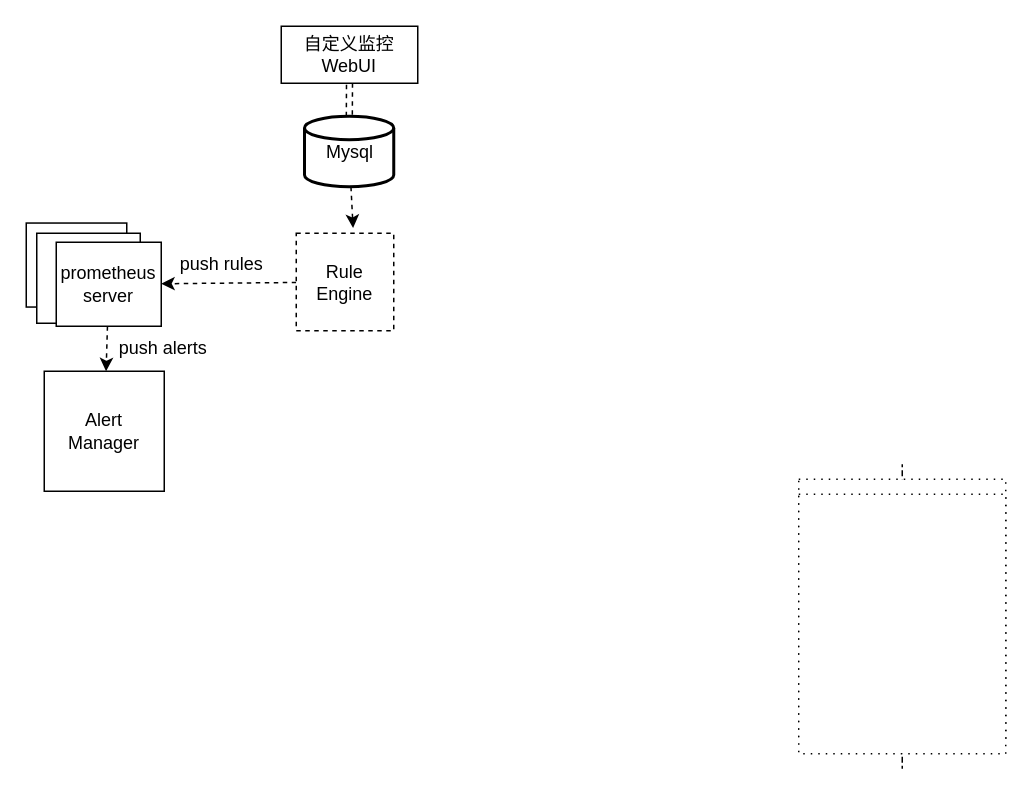
Above: page "第 2 页" (2 of 5) of 未命名绘图.drawio in Jeremy-boo/draw.io (draw.io), before the change. Source tidied: cells renumbered, new cells numbered last; positions are measured from the earlier drawing's top-left corner, leaving out a move shared by most shapes. Both pictures are drawn from the tidied source at 150%, with x=0, y=0 at pixel (26, 26).
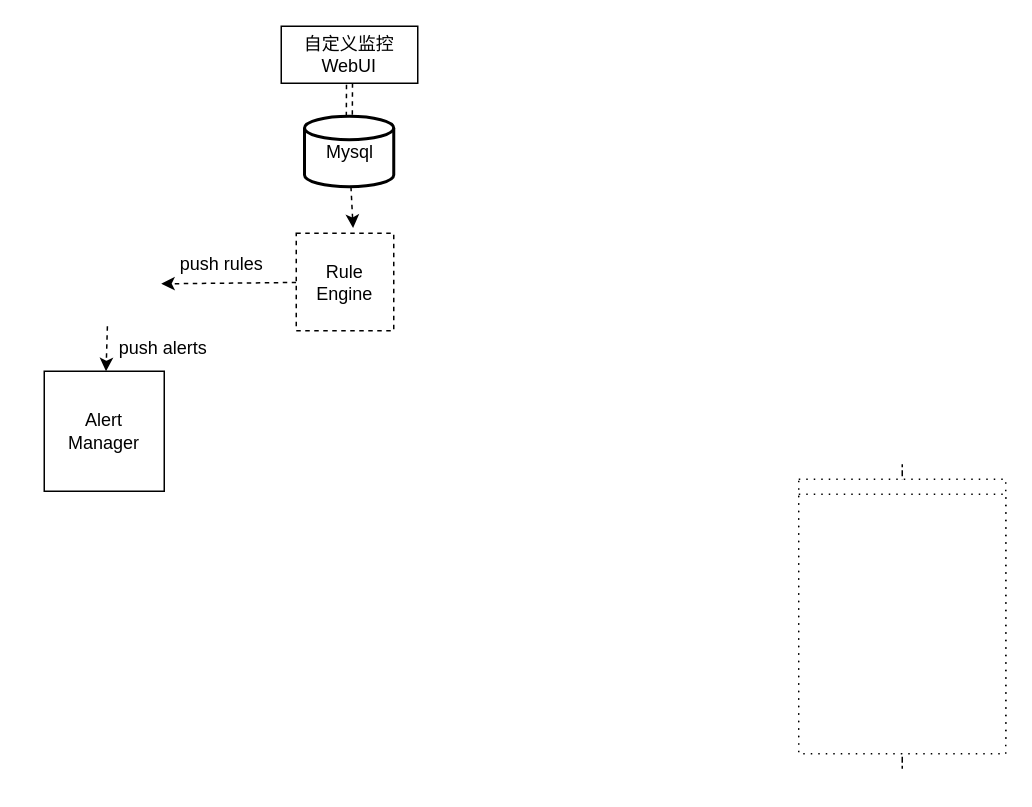
The same page after the edit.

The edit, as a diff of the source:
```diff
@@
 <mxGraphModel>
   <root>
     <mxCell id="0" />
     <mxCell id="1" parent="0" />
     <mxCell id="2" style="edgeStyle=orthogonalEdgeStyle;rounded=0;jettySize=auto;html=1;dashed=1;" parent="1" edge="1" source="3" target="4">
       <mxGeometry relative="1" as="geometry" />
     </mxCell>
     <mxCell id="3" style="shape=ext;rounded=0;html=1;whiteSpace=wrap;dashed=1;dashPattern=1 4;" parent="1" vertex="1">
       <mxGeometry x="515" y="302" width="138" height="173" as="geometry" />
     </mxCell>
     <mxCell id="4" style="shape=ext;rounded=0;html=1;whiteSpace=wrap;dashed=1;dashPattern=1 4;" parent="1" vertex="1">
       <mxGeometry x="515" y="312" width="138" height="173" as="geometry" />
     </mxCell>
-    <mxCell id="5" style="rounded=0;whiteSpace=wrap;html=1;" parent="1" vertex="1">
-      <mxGeometry y="131.2" width="67" height="56" as="geometry" />
-    </mxCell>
-    <mxCell id="6" style="rounded=0;whiteSpace=wrap;html=1;" parent="1" vertex="1">
-      <mxGeometry x="7" y="138" width="69" height="60" as="geometry" />
-    </mxCell>
-    <mxCell id="7" style="edgeStyle=none;rounded=0;jettySize=auto;html=1;dashed=1;" parent="1" edge="1" source="8" target="16">
-      <mxGeometry relative="1" as="geometry" />
+    <mxCell id="7" style="edgeStyle=none;rounded=0;jettySize=auto;html=1;dashed=1;" parent="1" edge="1" target="16">
+      <mxGeometry relative="1" as="geometry">
+        <mxPoint x="54.1" y="200" as="sourcePoint" />
+      </mxGeometry>
     </mxCell>
-    <mxCell id="8" value="prometheus server" style="rounded=0;whiteSpace=wrap;html=1;" parent="1" vertex="1">
-      <mxGeometry x="20" y="144" width="70" height="56" as="geometry" />
-    </mxCell>
     <mxCell id="9" style="rounded=0;jettySize=auto;html=1;exitX=0.5;exitY=1;exitDx=0;exitDy=0;dashed=1;shape=link;" parent="1" edge="1" source="10" target="12">
       <mxGeometry relative="1" as="geometry" />
     </mxCell>
     <mxCell id="10" value="自定义监控WebUI" style="rounded=0;whiteSpace=wrap;html=1;" parent="1" vertex="1">
       <mxGeometry x="170" width="91" height="38" as="geometry" />
     </mxCell>
     <mxCell id="11" style="edgeStyle=none;rounded=0;jettySize=auto;html=1;entryX=0.583;entryY=-0.054;entryDx=0;entryDy=0;entryPerimeter=0;dashed=1;" parent="1" edge="1" source="12" target="14">
       <mxGeometry relative="1" as="geometry" />
     </mxCell>
     <mxCell id="12" value="Mysql" style="strokeWidth=2;html=1;shape=mxgraph.flowchart.database;whiteSpace=wrap;" parent="1" vertex="1">
       <mxGeometry x="185.5" y="60" width="59.5" height="47" as="geometry" />
     </mxCell>
-    <mxCell id="13" style="edgeStyle=none;rounded=0;jettySize=auto;html=1;dashed=1;" parent="1" edge="1" source="14" target="8">
-      <mxGeometry relative="1" as="geometry" />
+    <mxCell id="13" style="edgeStyle=none;rounded=0;jettySize=auto;html=1;dashed=1;" parent="1" edge="1" source="14">
+      <mxGeometry relative="1" as="geometry">
+        <mxPoint x="90" y="171.7" as="targetPoint" />
+      </mxGeometry>
     </mxCell>
     <mxCell id="14" value="Rule&lt;br&gt;Engine" style="whiteSpace=wrap;html=1;rounded=0;dashed=1;" parent="1" vertex="1">
       <mxGeometry x="180" y="138" width="65" height="65" as="geometry" />
     </mxCell>
     <mxCell id="15" value="push rules" style="text;html=1;align=center;verticalAlign=middle;fillColor=none;strokeColor=none;rounded=0;dashed=1;" parent="1" vertex="1">
       <mxGeometry x="97" y="150.2" width="65" height="18" as="geometry" />
     </mxCell>
     <mxCell id="16" value="Alert&lt;br&gt;Manager" style="whiteSpace=wrap;html=1;rounded=0;" parent="1" vertex="1">
       <mxGeometry x="12" y="230" width="80" height="80" as="geometry" />
     </mxCell>
     <mxCell id="17" value="push alerts" style="text;html=1;align=center;verticalAlign=middle;fillColor=none;strokeColor=none;rounded=0;dashed=1;" parent="1" vertex="1">
       <mxGeometry x="56" y="206" width="69" height="18" as="geometry" />
     </mxCell>
   </root>
 </mxGraphModel>
```
